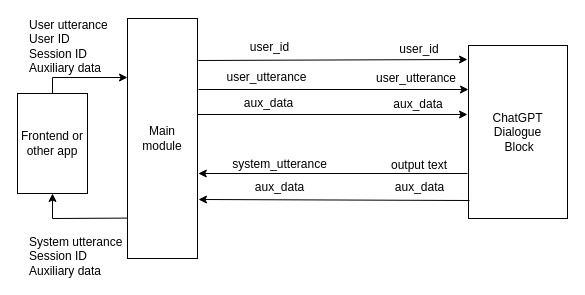
Before: docs/images/chatgpt-dialogue-arch-en.drawio in c4a-ri/dialbb, a draw.io diagram. Source tidied: cells renumbered, new cells numbered last; positions are measured from the earlier drawing's top-left corner, leaving out a move shared by most shapes. Both pictures are drawn from the tidied source at 100%, with x=0, y=0 at pixel (17, 18).
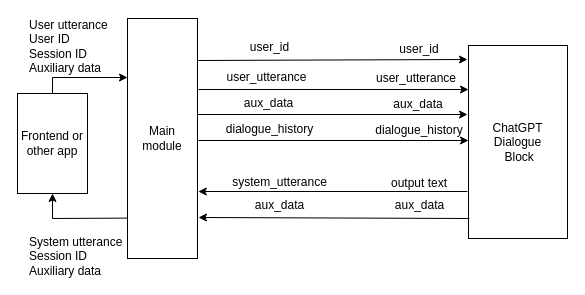
After the change.

What changed in the source:
```diff
@@
     <mxCell id="3" value="ChatGPT Dialogue&lt;br&gt;&amp;nbsp;Block" style="rounded=0;whiteSpace=wrap;html=1;" parent="1" vertex="1">
-      <mxGeometry x="451" y="27" width="99" height="173" as="geometry" />
+      <mxGeometry x="451" y="27" width="99" height="193" as="geometry" />
     </mxCell>
@@
     <mxCell id="5" style="endArrow=classic;html=1;rounded=0;entryX=1.012;entryY=0.535;entryDx=0;entryDy=0;entryPerimeter=0;" parent="1" edge="1">
       <mxGeometry relative="1" as="geometry">
-        <mxPoint x="450" y="155" as="sourcePoint" />
-        <mxPoint x="180.8" y="155" as="targetPoint" />
+        <mxPoint x="450" y="173" as="sourcePoint" />
+        <mxPoint x="180.8" y="173" as="targetPoint" />
       </mxGeometry>
     </mxCell>
@@
     <mxCell id="11" value="output text" style="text;html=1;strokeColor=none;fillColor=none;align=center;verticalAlign=middle;whiteSpace=wrap;rounded=0;" parent="1" vertex="1">
-      <mxGeometry x="372" y="124.8" width="60" height="44.5" as="geometry" />
+      <mxGeometry x="372" y="142.8" width="60" height="44.5" as="geometry" />
     </mxCell>
@@
     <mxCell id="15" style="endArrow=classic;html=1;rounded=0;exitX=0;exitY=0.75;exitDx=0;exitDy=0;entryX=0.999;entryY=0.293;entryDx=0;entryDy=0;entryPerimeter=0;" parent="1" edge="1">
       <mxGeometry relative="1" as="geometry">
-        <mxPoint x="452" y="182" as="sourcePoint" />
-        <mxPoint x="181" y="181" as="targetPoint" />
+        <mxPoint x="452" y="200" as="sourcePoint" />
+        <mxPoint x="181" y="199" as="targetPoint" />
       </mxGeometry>
     </mxCell>
     <mxCell id="16" value="aux_data" style="text;html=1;strokeColor=none;fillColor=none;align=center;verticalAlign=middle;whiteSpace=wrap;rounded=0;" parent="1" vertex="1">
-      <mxGeometry x="220" y="157" width="85" height="23" as="geometry" />
+      <mxGeometry x="220" y="175" width="85" height="23" as="geometry" />
     </mxCell>
     <mxCell id="17" value="system_utterance" style="text;html=1;strokeColor=none;fillColor=none;align=center;verticalAlign=middle;whiteSpace=wrap;rounded=0;" parent="1" vertex="1">
-      <mxGeometry x="220" y="134" width="85" height="23" as="geometry" />
+      <mxGeometry x="220" y="152" width="85" height="23" as="geometry" />
     </mxCell>
     <mxCell id="18" value="aux_data" style="text;html=1;strokeColor=none;fillColor=none;align=center;verticalAlign=middle;whiteSpace=wrap;rounded=0;" parent="1" vertex="1">
-      <mxGeometry x="359.5" y="157" width="85" height="23" as="geometry" />
+      <mxGeometry x="359.5" y="175" width="85" height="23" as="geometry" />
     </mxCell>
@@
+    <mxCell id="24" style="endArrow=classic;html=1;rounded=0;entryX=0;entryY=0.25;entryDx=0;entryDy=0;exitX=1.019;exitY=0.137;exitDx=0;exitDy=0;exitPerimeter=0;jumpSize=0;" parent="1" edge="1">
+      <mxGeometry relative="1" as="geometry">
+        <mxPoint x="181" y="122" as="sourcePoint" />
+        <mxPoint x="451" y="122" as="targetPoint" />
+      </mxGeometry>
+    </mxCell>
+    <mxCell id="25" value="dialogue_history" style="text;html=1;strokeColor=none;fillColor=none;align=center;verticalAlign=middle;whiteSpace=wrap;rounded=0;" parent="1" vertex="1">
+      <mxGeometry x="210" y="99" width="85" height="23" as="geometry" />
+    </mxCell>
+    <mxCell id="26" value="dialogue_history" style="text;html=1;strokeColor=none;fillColor=none;align=center;verticalAlign=middle;whiteSpace=wrap;rounded=0;" parent="1" vertex="1">
+      <mxGeometry x="372" y="97" width="60" height="30" as="geometry" />
+    </mxCell>
```
